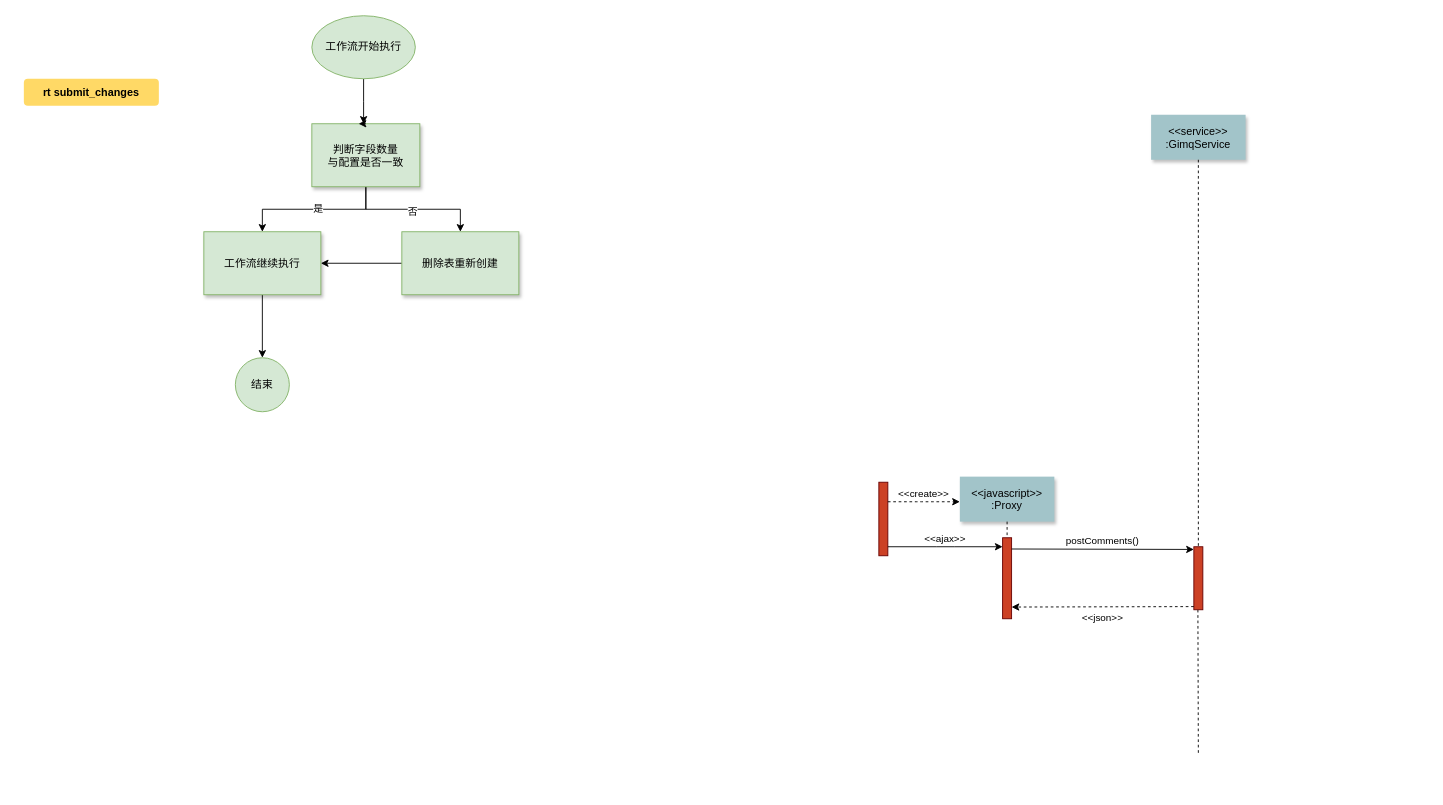
This is Untitled Diagram.drawio from 221770490011111/bhy, a draw.io file, before an edit. Source tidied: cells renumbered, new cells numbered last; positions are measured from the earlier drawing's top-left corner, leaving out a move shared by most shapes. Both pictures are drawn from the tidied source at 90%, with x=0, y=0 at pixel (23, 15).
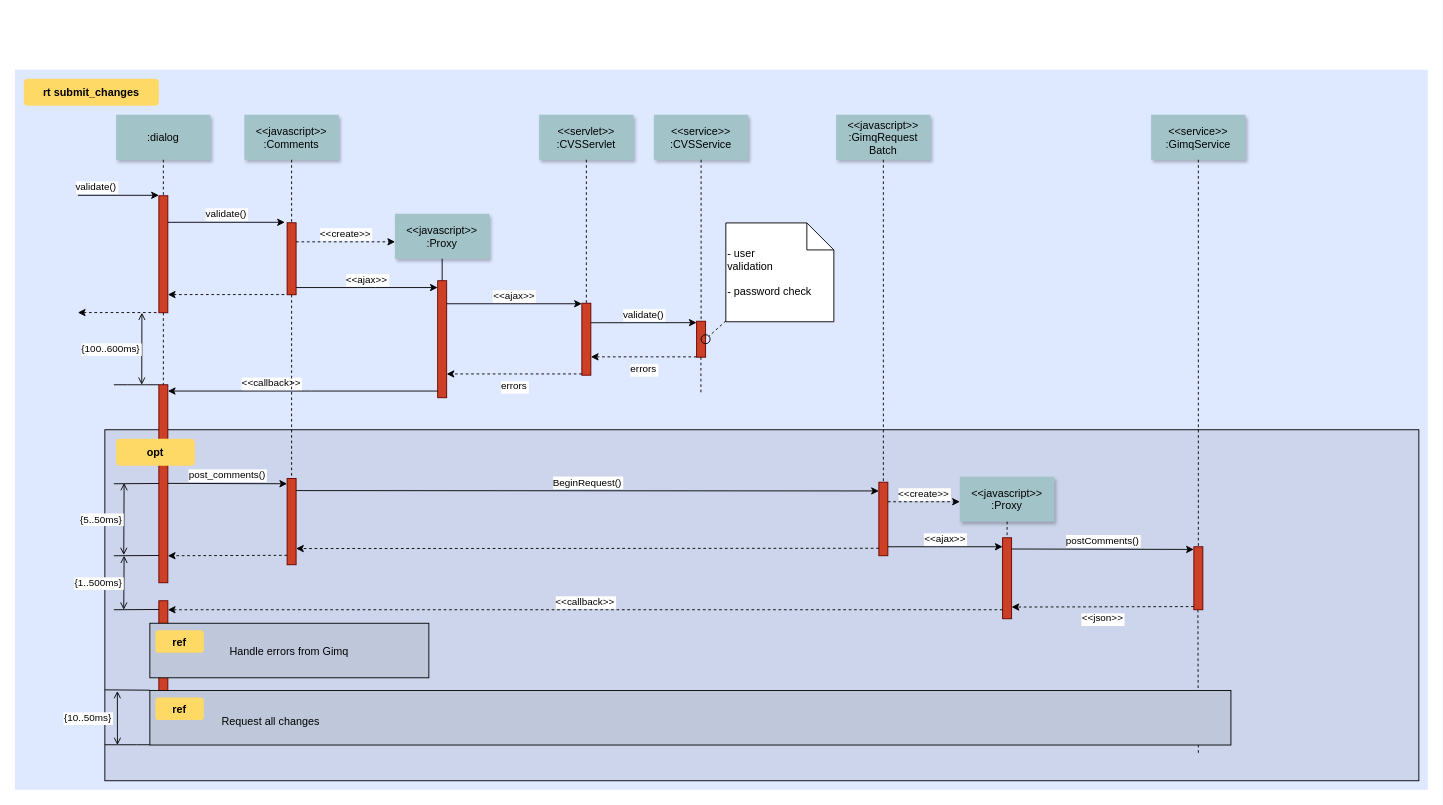
Above is the later version.

Commit message:
删除字段时许图.drawio

Unchanged cells that the change refers to:
```xml
<mxCell id="8" style="fillColor=#CC4125;strokeColor=#660000;" parent="1" vertex="1">
  <mxGeometry x="950" y="518.3" width="10" height="81.7" as="geometry" />
</mxCell>
<mxCell id="11" style="fillColor=#CC4125;strokeColor=#660000;" parent="1" vertex="1">
  <mxGeometry x="1087.5" y="580" width="10" height="90" as="geometry" />
</mxCell>
```

The edit, as a diff of the source:
```diff
@@
+    <mxCell id="28" style="fillColor=#DEE8FF;strokeColor=none;" parent="1" vertex="1">
+      <mxGeometry x="-10" y="60" width="1570" height="800" as="geometry" />
+    </mxCell>
+    <mxCell id="29" style="fillColor=#CCD5EB;" parent="1" vertex="1">
+      <mxGeometry x="90" y="460" width="1460" height="390" as="geometry" />
+    </mxCell>
@@
-    <mxCell id="3" style="edgeStyle=orthogonalEdgeStyle;rounded=0;jettySize=auto;html=1;entryX=0.5;entryY=0;entryDx=0;entryDy=0;" parent="1" edge="1" source="7" target="23">
-      <mxGeometry relative="1" as="geometry" />
-    </mxCell>
-    <mxCell id="4" value="是" style="edgeLabel;html=1;align=center;verticalAlign=middle;" parent="3" vertex="1">
-      <mxGeometry x="-0.04" y="-1" relative="1" as="geometry" />
-    </mxCell>
-    <mxCell id="5" style="edgeStyle=orthogonalEdgeStyle;rounded=0;jettySize=auto;html=1;entryX=0.5;entryY=0;entryDx=0;entryDy=0;" parent="1" edge="1" source="7" target="26">
-      <mxGeometry relative="1" as="geometry" />
-    </mxCell>
-    <mxCell id="6" value="否" style="edgeLabel;html=1;align=center;verticalAlign=middle;" parent="5" vertex="1">
-      <mxGeometry x="-0.02" y="-2" relative="1" as="geometry" />
-    </mxCell>
+    <mxCell id="30" style="fillColor=#CC4125;strokeColor=#660000;" parent="1" vertex="1">
+      <mxGeometry x="150" y="200" width="10" height="130" as="geometry" />
+    </mxCell>
+    <mxCell id="31" value="validate()" style="edgeStyle=none;verticalLabelPosition=top;verticalAlign=bottom;labelPosition=left;align=right;" parent="1" edge="1">
+      <mxGeometry x="110" y="49.5" as="geometry">
+        <mxPoint x="60" y="199.5" as="sourcePoint" />
+        <mxPoint x="150" y="199.5" as="targetPoint" />
+      </mxGeometry>
+    </mxCell>
+    <mxCell id="32" value=":dialog" style="shadow=1;fillColor=#A2C4C9;strokeColor=none;" parent="1" vertex="1">
+      <mxGeometry x="102.5" y="110" width="105" height="50" as="geometry" />
+    </mxCell>
+    <mxCell id="33" style="fillColor=#CC4125;strokeColor=#660000;" parent="1" vertex="1">
+      <mxGeometry x="292.5" y="230" width="10" height="80" as="geometry" />
+    </mxCell>
+    <mxCell id="34" value="&lt;&lt;javascript&gt;&gt;&#10;:Comments" style="shadow=1;fillColor=#A2C4C9;strokeColor=none;" parent="1" vertex="1">
+      <mxGeometry x="245" y="110" width="105" height="50" as="geometry" />
+    </mxCell>
+    <mxCell id="35" style="edgeStyle=none;endArrow=none;dashed=1;" parent="1" edge="1" source="34" target="33">
+      <mxGeometry x="272.3" y="165" as="geometry" />
+    </mxCell>
+    <mxCell id="36" value="validate()" style="edgeStyle=none;verticalLabelPosition=top;verticalAlign=bottom;" parent="1" edge="1">
+      <mxGeometry x="220" y="92" as="geometry">
+        <mxPoint x="160" y="229.5" as="sourcePoint" />
+        <mxPoint x="290" y="229.5" as="targetPoint" />
+      </mxGeometry>
+    </mxCell>
+    <mxCell id="37" style="edgeStyle=none;verticalLabelPosition=top;verticalAlign=bottom;endArrow=none;startArrow=classic;dashed=1;" parent="1" edge="1">
+      <mxGeometry x="220" y="172.3" as="geometry">
+        <mxPoint x="160" y="309.8" as="sourcePoint" />
+        <mxPoint x="290" y="309.8" as="targetPoint" />
+      </mxGeometry>
+    </mxCell>
+    <mxCell id="38" style="edgeStyle=none;verticalLabelPosition=top;verticalAlign=bottom;labelPosition=left;align=right;endArrow=none;startArrow=classic;dashed=1;" parent="1" edge="1">
+      <mxGeometry x="110" y="179.8" as="geometry">
+        <mxPoint x="60" y="329.8" as="sourcePoint" />
+        <mxPoint x="150" y="329.8" as="targetPoint" />
+      </mxGeometry>
+    </mxCell>
+    <mxCell id="39" value="&lt;&lt;create&gt;&gt;" style="edgeStyle=none;verticalLabelPosition=top;verticalAlign=bottom;dashed=1;" parent="1" edge="1">
+      <mxGeometry x="385.5" y="113.9" as="geometry">
+        <mxPoint x="302.5" y="251.2" as="sourcePoint" />
+        <mxPoint x="412.5" y="251.2" as="targetPoint" />
+      </mxGeometry>
+    </mxCell>
+    <mxCell id="40" value="&lt;&lt;javascript&gt;&gt;&#10;:Proxy" style="shadow=1;fillColor=#A2C4C9;strokeColor=none;" parent="1" vertex="1">
+      <mxGeometry x="412.3" y="220" width="105" height="50" as="geometry" />
+    </mxCell>
+    <mxCell id="41" style="edgeStyle=none;endArrow=none;" parent="1" edge="1" source="40" target="42">
+      <mxGeometry x="437" y="270" as="geometry" />
+    </mxCell>
+    <mxCell id="42" style="fillColor=#CC4125;strokeColor=#660000;" parent="1" vertex="1">
+      <mxGeometry x="459.8" y="294.4" width="10" height="130" as="geometry" />
+    </mxCell>
+    <mxCell id="43" value="&lt;&lt;ajax&gt;&gt;" style="edgeStyle=elbowEdgeStyle;elbow=vertical;verticalLabelPosition=top;verticalAlign=bottom;" parent="1" edge="1" source="33" target="42">
+      <mxGeometry x="350" y="290" as="geometry" />
+    </mxCell>
+    <mxCell id="44" style="fillColor=#CC4125;strokeColor=#660000;" parent="1" vertex="1">
+      <mxGeometry x="620" y="319.4" width="10" height="80" as="geometry" />
+    </mxCell>
-    <mxCell id="7" value="判断字段数量&#10;与配置是否一致" style="shadow=1;fillColor=#d5e8d4;strokeColor=#82b366;" parent="1" vertex="1">
-      <mxGeometry x="320" y="120" width="120" height="70" as="geometry" />
+    <mxCell id="7" value="&lt;&lt;servlet&gt;&gt;&#10;:CVSServlet" style="shadow=1;fillColor=#A2C4C9;strokeColor=none;" parent="1" vertex="1">
+      <mxGeometry x="572.5" y="110" width="105" height="50" as="geometry" />
     </mxCell>
+    <mxCell id="45" style="edgeStyle=none;endArrow=none;dashed=1;" parent="1" edge="1" source="7" target="44">
+      <mxGeometry x="614.5" y="175" as="geometry" />
+    </mxCell>
+    <mxCell id="46" value="&lt;&lt;service&gt;&gt;&#10;:CVSService" style="shadow=1;fillColor=#A2C4C9;strokeColor=none;" parent="1" vertex="1">
+      <mxGeometry x="700" y="110" width="105" height="50" as="geometry" />
+    </mxCell>
+    <mxCell id="47" style="edgeStyle=none;endArrow=none;dashed=1;" parent="1" edge="1" source="46" target="48">
+      <mxGeometry x="727.3" y="165" as="geometry" />
+    </mxCell>
+    <mxCell id="48" style="fillColor=#CC4125;strokeColor=#660000;" parent="1" vertex="1">
+      <mxGeometry x="747.5" y="339.4" width="10" height="40" as="geometry" />
+    </mxCell>
+    <mxCell id="49" value="&lt;&lt;ajax&gt;&gt;" style="edgeStyle=elbowEdgeStyle;elbow=vertical;verticalLabelPosition=top;verticalAlign=bottom;" parent="1" edge="1" source="42" target="44">
+      <mxGeometry x="540" y="270" as="geometry">
+        <Array as="points">
+          <mxPoint x="540" y="320" />
+        </Array>
+      </mxGeometry>
+    </mxCell>
+    <mxCell id="50" value="errors" style="edgeStyle=elbowEdgeStyle;elbow=vertical;dashed=1;verticalLabelPosition=bottom;verticalAlign=top;" parent="1" edge="1" source="44" target="42">
+      <mxGeometry x="550" y="280" as="geometry">
+        <Array as="points">
+          <mxPoint x="543" y="398" />
+        </Array>
+      </mxGeometry>
+    </mxCell>
+    <mxCell id="51" value="&lt;&lt;javascript&gt;&gt;&#10;:GimqRequest&#10;Batch" style="shadow=1;fillColor=#A2C4C9;strokeColor=none;" parent="1" vertex="1">
+      <mxGeometry x="902.5" y="110" width="105" height="50" as="geometry" />
+    </mxCell>
+    <mxCell id="52" style="edgeStyle=elbowEdgeStyle;elbow=horizontal;endArrow=none;dashed=1;" parent="1" edge="1" source="32" target="30">
+      <mxGeometry x="230" y="310" as="geometry" />
+    </mxCell>
+    <mxCell id="53" value="validate()" style="edgeStyle=elbowEdgeStyle;elbow=vertical;verticalLabelPosition=top;verticalAlign=bottom;" parent="1" edge="1">
+      <mxGeometry x="550" y="261.7" as="geometry">
+        <mxPoint x="630" y="341.1" as="sourcePoint" />
+        <mxPoint x="747.5" y="341.1" as="targetPoint" />
+      </mxGeometry>
+    </mxCell>
+    <mxCell id="54" value="errors" style="edgeStyle=elbowEdgeStyle;elbow=vertical;dashed=1;verticalLabelPosition=bottom;verticalAlign=top;" parent="1" edge="1">
+      <mxGeometry x="560" y="309.7" as="geometry">
+        <mxPoint x="747.5" y="379" as="sourcePoint" />
+        <mxPoint x="630" y="379" as="targetPoint" />
+      </mxGeometry>
+    </mxCell>
+    <mxCell id="55" style="edgeStyle=elbowEdgeStyle;elbow=horizontal;endArrow=none;dashed=1;" parent="1" edge="1">
+      <mxGeometry x="932.3" y="240" as="geometry">
+        <mxPoint x="752.3" y="379.4" as="sourcePoint" />
+        <mxPoint x="752.3" y="420" as="targetPoint" />
+        <Array as="points">
+          <mxPoint x="752.3" y="400" />
+        </Array>
+      </mxGeometry>
+    </mxCell>
+    <mxCell id="56" style="ellipse;fillColor=none;" parent="1" vertex="1">
+      <mxGeometry x="752.5" y="354.4" width="10" height="10" as="geometry" />
+    </mxCell>
+    <mxCell id="57" value=" - user&#10; validation&#10;&#10; - password check" style="shape=note;align=left;" parent="1" vertex="1">
+      <mxGeometry x="780" y="230.2" width="120" height="109.8" as="geometry" />
+    </mxCell>
+    <mxCell id="58" style="edgeStyle=none;endArrow=none;dashed=1;" parent="1" edge="1" source="57" target="56">
+      <mxGeometry x="1030" y="180" as="geometry" />
+    </mxCell>
+    <mxCell id="59" style="fillColor=#CC4125;strokeColor=#660000;" parent="1" vertex="1">
+      <mxGeometry x="150" y="410" width="10" height="220" as="geometry" />
+    </mxCell>
+    <mxCell id="60" value="             &lt;&lt;callback&gt;&gt;                                " style="edgeStyle=elbowEdgeStyle;elbow=vertical;dashed=0;verticalLabelPosition=top;verticalAlign=bottom;align=right;" parent="1" edge="1" source="42" target="59">
+      <mxGeometry x="190" y="329.8" as="geometry" />
+    </mxCell>
+    <mxCell id="61" style="edgeStyle=none;dashed=1;endArrow=none;" parent="1" edge="1" source="30" target="59">
+      <mxGeometry x="50" y="300" as="geometry" />
+    </mxCell>
+    <mxCell id="62" style="edgeStyle=elbowEdgeStyle;elbow=vertical;endArrow=none;" parent="1" edge="1" source="59">
+      <mxGeometry x="60" y="310" as="geometry">
+        <mxPoint x="100" y="410" as="targetPoint" />
+      </mxGeometry>
+    </mxCell>
+    <mxCell id="63" value="{100..600ms}" style="edgeStyle=elbowEdgeStyle;elbow=horizontal;startArrow=open;endArrow=open;labelPosition=left;align=right;" parent="1" edge="1">
+      <mxGeometry x="61.2" y="290" as="geometry">
+        <mxPoint x="131.2" y="330" as="sourcePoint" />
+        <mxPoint x="131.2" y="410" as="targetPoint" />
+      </mxGeometry>
+    </mxCell>
+    <mxCell id="64" style="fillColor=#CC4125;strokeColor=#660000;" parent="1" vertex="1">
+      <mxGeometry x="292.5" y="514.2" width="10" height="95.8" as="geometry" />
+    </mxCell>
@@
+    <mxCell id="65" style="edgeStyle=none;endArrow=none;dashed=1;" parent="1" edge="1" source="51" target="8">
+      <mxGeometry x="956.6" y="205" as="geometry" />
+    </mxCell>
+    <mxCell id="66" value="post_comments()" style="edgeStyle=elbowEdgeStyle;elbow=vertical;verticalLabelPosition=top;verticalAlign=bottom;" parent="1" edge="1">
+      <mxGeometry x="212.5" y="469.6" as="geometry">
+        <mxPoint x="160" y="519.6" as="sourcePoint" />
+        <mxPoint x="292.5" y="519.6" as="targetPoint" />
+      </mxGeometry>
+    </mxCell>
+    <mxCell id="67" style="edgeStyle=none;endArrow=none;dashed=1;" parent="1" edge="1" source="33" target="64">
+      <mxGeometry x="376.6" y="339.7" as="geometry" />
+    </mxCell>
+    <mxCell id="68" value="BeginRequest()" style="edgeStyle=elbowEdgeStyle;elbow=vertical;verticalLabelPosition=top;verticalAlign=bottom;" parent="1" edge="1">
+      <mxGeometry x="530" y="436.8" as="geometry">
+        <mxPoint x="302.5" y="527.6" as="sourcePoint" />
+        <mxPoint x="950" y="527.6" as="targetPoint" />
+      </mxGeometry>
+    </mxCell>
+    <mxCell id="69" style="edgeStyle=elbowEdgeStyle;elbow=vertical;dashed=1;verticalLabelPosition=bottom;verticalAlign=top;" parent="1" edge="1">
+      <mxGeometry x="530" y="549.1" as="geometry">
+        <mxPoint x="950" y="591.7" as="sourcePoint" />
+        <mxPoint x="302.5" y="591.7" as="targetPoint" />
+      </mxGeometry>
+    </mxCell>
@@
+    <mxCell id="70" style="fillColor=#CC4125;strokeColor=#660000;" parent="1" vertex="1">
+      <mxGeometry x="150" y="650" width="10" height="130" as="geometry" />
+    </mxCell>
+    <mxCell id="71" style="edgeStyle=elbowEdgeStyle;elbow=vertical;dashed=1;verticalLabelPosition=bottom;verticalAlign=top;" parent="1" edge="1">
+      <mxGeometry x="507.5" y="664.3" as="geometry">
+        <mxPoint x="292.5" y="599.5" as="sourcePoint" />
+        <mxPoint x="160" y="599.5" as="targetPoint" />
+      </mxGeometry>
+    </mxCell>
+    <mxCell id="72" value="&lt;&lt;callback&gt;&gt;" style="edgeStyle=elbowEdgeStyle;elbow=vertical;dashed=1;verticalLabelPosition=bottom;verticalAlign=bottom;" parent="1" edge="1" source="11" target="70">
+      <mxGeometry x="540" y="559.1" as="geometry" />
+    </mxCell>
@@
-    <mxCell id="20" style="edgeStyle=orthogonalEdgeStyle;rounded=0;jettySize=auto;html=1;" parent="1" edge="1" source="21">
-      <mxGeometry relative="1" as="geometry">
-        <mxPoint x="377.5" y="120" as="targetPoint" />
-      </mxGeometry>
-    </mxCell>
-    <mxCell id="21" value="工作流开始执行" style="ellipse;whiteSpace=wrap;html=1;fillColor=#d5e8d4;strokeColor=#82b366;" parent="1" vertex="1">
-      <mxGeometry x="320" width="115" height="70" as="geometry" />
-    </mxCell>
-    <mxCell id="22" style="edgeStyle=orthogonalEdgeStyle;rounded=0;jettySize=auto;html=1;entryX=0.5;entryY=0;entryDx=0;entryDy=0;" parent="1" edge="1" source="23" target="27">
-      <mxGeometry relative="1" as="geometry" />
-    </mxCell>
-    <mxCell id="23" value="工作流继续执行" style="shadow=1;fillColor=#d5e8d4;strokeColor=#82b366;" parent="1" vertex="1">
-      <mxGeometry x="200" y="240" width="130" height="70" as="geometry" />
-    </mxCell>
-    <mxCell id="24" style="edgeStyle=orthogonalEdgeStyle;rounded=0;orthogonalLoop=1;jettySize=auto;html=1;exitX=0.5;exitY=0;exitDx=0;exitDy=0;entryX=0.433;entryY=0.014;entryDx=0;entryDy=0;entryPerimeter=0;" parent="1" edge="1" source="7" target="7">
-      <mxGeometry relative="1" as="geometry" />
-    </mxCell>
-    <mxCell id="25" style="edgeStyle=orthogonalEdgeStyle;rounded=0;jettySize=auto;html=1;entryX=1;entryY=0.5;entryDx=0;entryDy=0;" parent="1" edge="1" source="26" target="23">
-      <mxGeometry relative="1" as="geometry" />
-    </mxCell>
-    <mxCell id="26" value="删除表重新创建" style="shadow=1;fillColor=#d5e8d4;strokeColor=#82b366;" parent="1" vertex="1">
-      <mxGeometry x="420" y="240" width="130" height="70" as="geometry" />
-    </mxCell>
-    <mxCell id="27" value="结束" style="ellipse;whiteSpace=wrap;html=1;fillColor=#d5e8d4;strokeColor=#82b366;" parent="1" vertex="1">
-      <mxGeometry x="235" y="380" width="60" height="60" as="geometry" />
-    </mxCell>
+    <mxCell id="73" value="opt" style="rounded=1;fontStyle=1;fillColor=#FFD966;strokeColor=none;" parent="1" vertex="1">
+      <mxGeometry x="102.5" y="470" width="87.5" height="30" as="geometry" />
+    </mxCell>
+    <mxCell id="74" value="Handle errors from Gimq" style="fillColor=#BFC8DB;" parent="1" vertex="1">
+      <mxGeometry x="140" y="675" width="310" height="60.6" as="geometry" />
+    </mxCell>
+    <mxCell id="75" value="ref" style="rounded=1;fontStyle=1;fillColor=#FFD966;strokeColor=none;" parent="1" vertex="1">
+      <mxGeometry x="146.2" y="682.9" width="53.8" height="25" as="geometry" />
+    </mxCell>
+    <mxCell id="76" style="align=left;fillColor=#BFC8DB;" parent="1" vertex="1">
+      <mxGeometry x="140" y="749.7" width="1201.2" height="60.6" as="geometry" />
+    </mxCell>
+    <mxCell id="77" value="ref" style="rounded=1;fontStyle=1;fillColor=#FFD966;strokeColor=none;" parent="1" vertex="1">
+      <mxGeometry x="146.2" y="757.6" width="53.8" height="25" as="geometry" />
+    </mxCell>
+    <mxCell id="78" value="Request all changes" style="text;align=left;" parent="1" vertex="1">
+      <mxGeometry x="218.1" y="770.1" width="351.8" height="26" as="geometry" />
+    </mxCell>
+    <mxCell id="79" style="edgeStyle=elbowEdgeStyle;elbow=vertical;endArrow=none;" parent="1" edge="1">
+      <mxGeometry x="60" y="419.7" as="geometry">
+        <mxPoint x="150" y="519.7" as="sourcePoint" />
+        <mxPoint x="100" y="519.7" as="targetPoint" />
+      </mxGeometry>
+    </mxCell>
+    <mxCell id="80" style="edgeStyle=elbowEdgeStyle;elbow=vertical;endArrow=none;" parent="1" edge="1">
+      <mxGeometry x="60" y="499.7" as="geometry">
+        <mxPoint x="150" y="599.7" as="sourcePoint" />
+        <mxPoint x="100" y="599.7" as="targetPoint" />
+      </mxGeometry>
+    </mxCell>
+    <mxCell id="81" style="edgeStyle=elbowEdgeStyle;elbow=vertical;endArrow=none;" parent="1" edge="1">
+      <mxGeometry x="60" y="559.7" as="geometry">
+        <mxPoint x="150" y="659.7" as="sourcePoint" />
+        <mxPoint x="100" y="659.7" as="targetPoint" />
+      </mxGeometry>
+    </mxCell>
+    <mxCell id="82" style="edgeStyle=elbowEdgeStyle;elbow=vertical;endArrow=none;" parent="1" edge="1">
+      <mxGeometry x="50" y="649.4" as="geometry">
+        <mxPoint x="140" y="749.4" as="sourcePoint" />
+        <mxPoint x="90" y="749.4" as="targetPoint" />
+      </mxGeometry>
+    </mxCell>
+    <mxCell id="83" style="edgeStyle=elbowEdgeStyle;elbow=vertical;endArrow=none;" parent="1" edge="1">
+      <mxGeometry x="50" y="710" as="geometry">
+        <mxPoint x="140" y="810" as="sourcePoint" />
+        <mxPoint x="90" y="810" as="targetPoint" />
+      </mxGeometry>
+    </mxCell>
+    <mxCell id="84" value="{5..50ms}" style="edgeStyle=elbowEdgeStyle;elbow=horizontal;startArrow=open;endArrow=open;labelPosition=left;align=right;" parent="1" edge="1">
+      <mxGeometry x="41.4" y="479.2" as="geometry">
+        <mxPoint x="111.4" y="519.2" as="sourcePoint" />
+        <mxPoint x="111.4" y="599.2" as="targetPoint" />
+      </mxGeometry>
+    </mxCell>
+    <mxCell id="85" value="{1..500ms}" style="edgeStyle=elbowEdgeStyle;elbow=horizontal;startArrow=open;endArrow=open;labelPosition=left;align=right;" parent="1" edge="1">
+      <mxGeometry x="42.9" y="560" as="geometry">
+        <mxPoint x="111.4" y="600" as="sourcePoint" />
+        <mxPoint x="111.4" y="660" as="targetPoint" />
+      </mxGeometry>
+    </mxCell>
+    <mxCell id="86" value="{10..50ms}" style="edgeStyle=elbowEdgeStyle;elbow=horizontal;startArrow=open;endArrow=open;labelPosition=left;align=right;" parent="1" edge="1">
+      <mxGeometry as="geometry">
+        <mxPoint x="103.9" y="750.3" as="sourcePoint" />
+        <mxPoint x="103.9" y="810.3" as="targetPoint" />
+        <mxPoint x="-4.2" y="-0.3" as="offset" />
+      </mxGeometry>
+    </mxCell>
```
